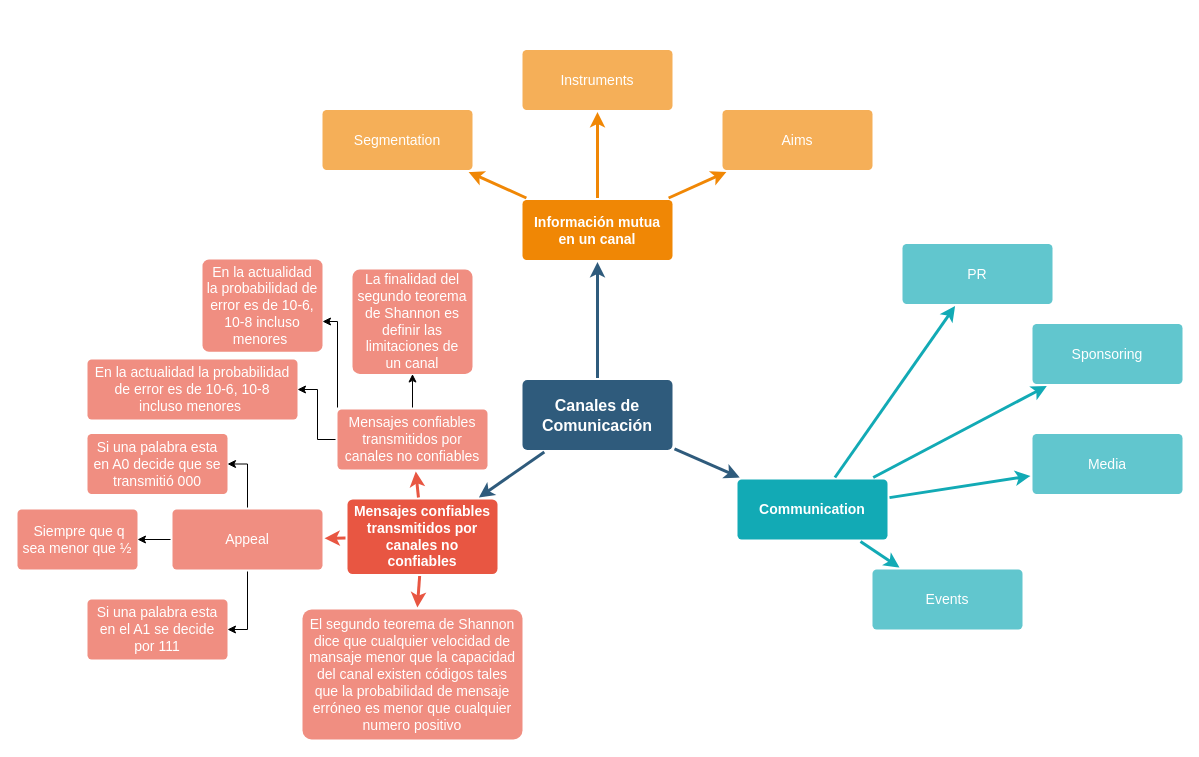
Above: Diagrama sin título.drawio in AxelOrtizzz/GcDATA (draw.io), before the change. Source tidied: cells renumbered, new cells numbered last; positions are measured from the earlier drawing's top-left corner, leaving out a move shared by most shapes. Both pictures are drawn from the tidied source at 100%, with x=0, y=0 at pixel (17, 49).
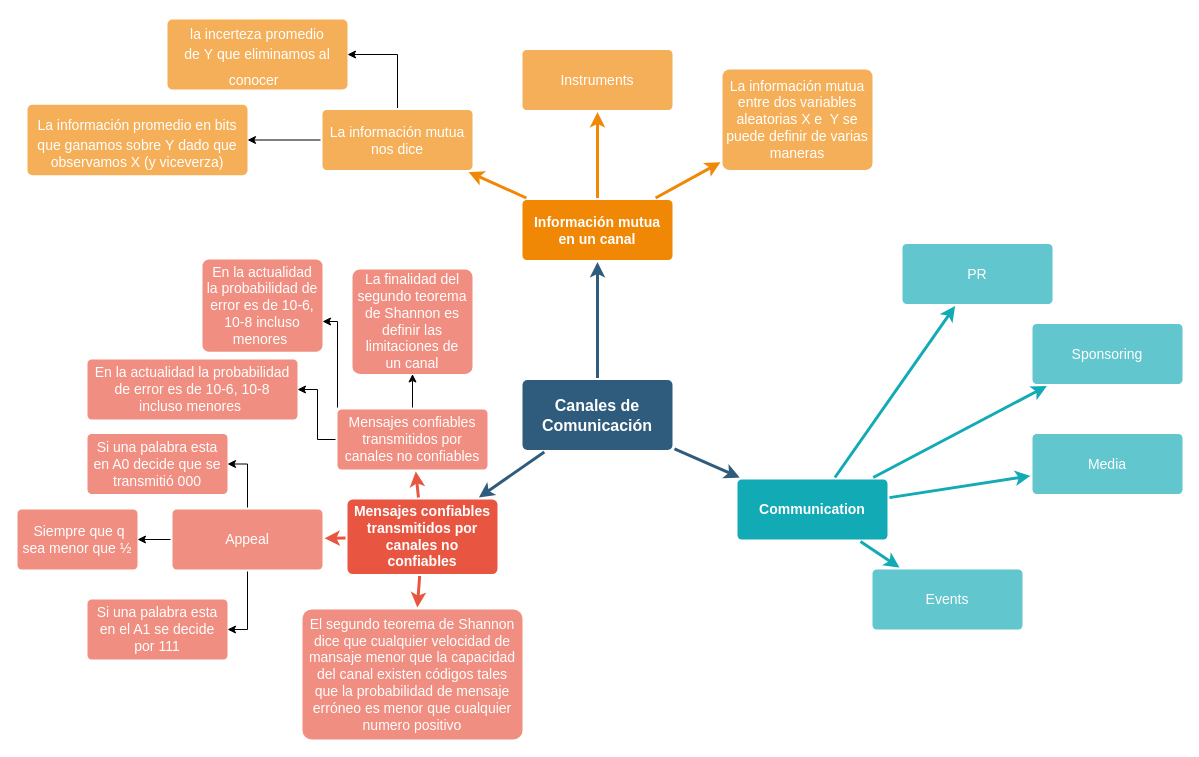
Above is the later version.

Diff of the diagram source:
```diff
@@
-    <mxCell id="20" value="Aims&lt;br&gt;" style="rounded=1;whiteSpace=wrap;html=1;shadow=0;labelBackgroundColor=none;strokeColor=none;strokeWidth=3;fillColor=#f5af58;fontFamily=Helvetica;fontSize=14;fontColor=#FFFFFF;align=center;spacing=5;arcSize=7;perimeterSpacing=2;" parent="1" vertex="1">
-      <mxGeometry x="705" y="60.5" width="150" height="60" as="geometry" />
+    <mxCell id="20" value="La información mutua entre dos variables aleatorias X e&amp;nbsp; Y se puede definir de varias maneras" style="rounded=1;whiteSpace=wrap;html=1;shadow=0;labelBackgroundColor=none;strokeColor=none;strokeWidth=3;fillColor=#f5af58;fontFamily=Helvetica;fontSize=14;fontColor=#FFFFFF;align=center;spacing=5;arcSize=7;perimeterSpacing=2;" parent="1" vertex="1">
+      <mxGeometry x="705" y="20" width="150" height="100.5" as="geometry" />
     </mxCell>
@@
+    <mxCell id="41" style="edgeStyle=orthogonalEdgeStyle;rounded=0;jettySize=auto;html=1;" parent="1" edge="1" source="24" target="43">
+      <mxGeometry relative="1" as="geometry" />
+    </mxCell>
+    <mxCell id="42" style="edgeStyle=orthogonalEdgeStyle;rounded=0;jettySize=auto;html=1;entryX=1;entryY=0.5;entryDx=0;entryDy=0;fontFamily=Helvetica;fontSize=14;fontColor=#FFFFFF;" parent="1" edge="1" source="24" target="44">
+      <mxGeometry relative="1" as="geometry" />
+    </mxCell>
-    <mxCell id="24" value="Segmentation" style="rounded=1;whiteSpace=wrap;html=1;shadow=0;labelBackgroundColor=none;strokeColor=none;strokeWidth=3;fillColor=#f5af58;fontFamily=Helvetica;fontSize=14;fontColor=#FFFFFF;align=center;spacing=5;arcSize=7;perimeterSpacing=2;" parent="1" vertex="1">
+    <mxCell id="24" value="La información mutua nos dice" style="rounded=1;whiteSpace=wrap;html=1;shadow=0;labelBackgroundColor=none;strokeColor=none;strokeWidth=3;fillColor=#f5af58;fontFamily=Helvetica;fontSize=14;fontColor=#FFFFFF;align=center;spacing=5;arcSize=7;perimeterSpacing=2;" parent="1" vertex="1">
       <mxGeometry x="305" y="60.5" width="150" height="60" as="geometry" />
     </mxCell>
@@
+    <mxCell id="43" value="&lt;div style=&quot;margin-top: 0pt; margin-bottom: 0pt; margin-left: 0in; direction: ltr; unicode-bidi: embed; word-break: normal;&quot;&gt;&lt;span style=&quot;font-size: 18pt; font-size: 18pt;&quot;&gt;&lt;/span&gt;La información promedio en bits que ganamos sobre&amp;nbsp;Y&amp;nbsp;dado que&lt;br&gt;observamos&amp;nbsp;X&amp;nbsp;(y viceverza)&lt;/div&gt;" style="whiteSpace=wrap;html=1;fontSize=14;fillColor=#f5af58;strokeColor=none;fontColor=#FFFFFF;rounded=1;shadow=0;labelBackgroundColor=none;strokeWidth=3;spacing=5;arcSize=7;" parent="1" vertex="1">
+      <mxGeometry x="10" y="55.2" width="220" height="70.5" as="geometry" />
+    </mxCell>
+    <mxCell id="44" value="&lt;div style=&quot;margin-top: 0pt; margin-bottom: 0pt; margin-left: 0in; direction: ltr; unicode-bidi: embed; word-break: normal;&quot;&gt;&lt;span style=&quot;font-size:18.0pt&quot;&gt;&lt;/span&gt;la incerteza promedio de&amp;nbsp;Y&amp;nbsp;que eliminamos al conocer&lt;span style=&quot;font-size: 18pt; font-family: -apple-system;&quot;&gt;&amp;nbsp;&lt;/span&gt;&lt;/div&gt;" style="whiteSpace=wrap;html=1;fontSize=14;fillColor=#f5af58;strokeColor=none;fontColor=#FFFFFF;rounded=1;shadow=0;labelBackgroundColor=none;strokeWidth=3;spacing=5;arcSize=7;fontFamily=Helvetica;" parent="1" vertex="1">
+      <mxGeometry x="150" y="-30" width="180" height="70" as="geometry" />
+    </mxCell>
```
